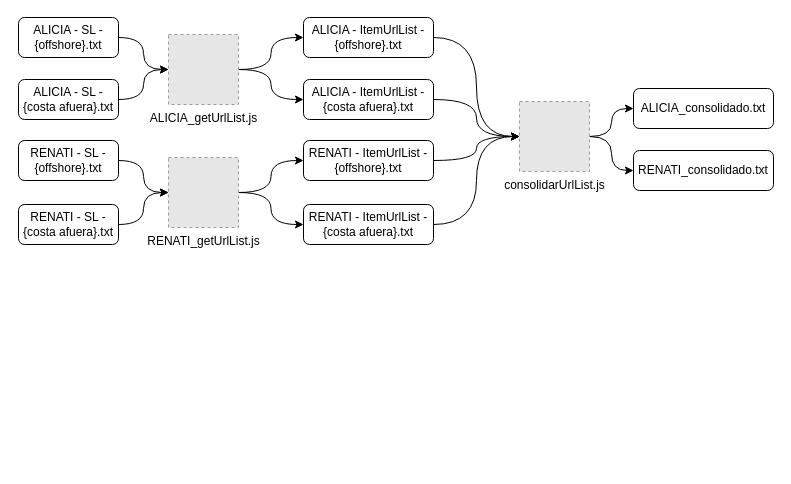
Earlier version of the draw.io diagram ScrapRepos/Diagrama_Scripts.drawio (dbarretol/Tesis_MBAESAN). Source tidied: cells renumbered, new cells numbered last; positions are measured from the earlier drawing's top-left corner, leaving out a move shared by most shapes. Both pictures are drawn from the tidied source at 100%, with x=0, y=0 at pixel (18, 17). Pictures stored in the file or linked from it are replaced by grey dashed boxes.
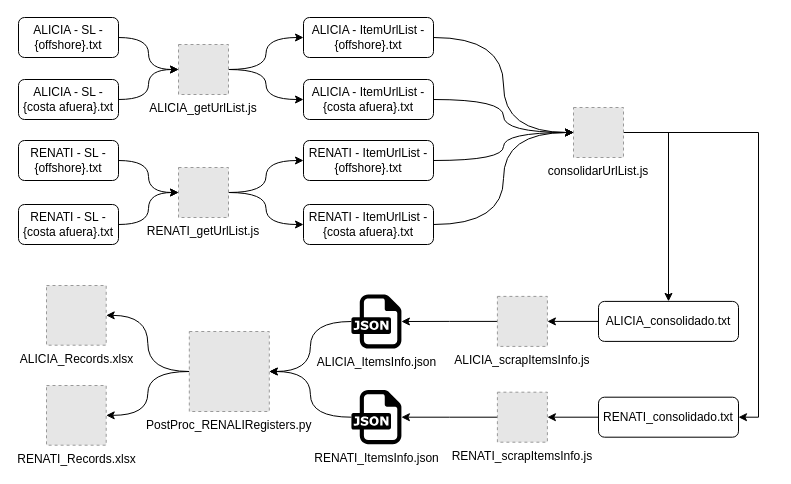
The same diagram, later.

The change refers to these unchanged cells:
```xml
<mxCell id="3" value="ALICIA - SL - {offshore}.txt" style="rounded=1;whiteSpace=wrap;html=1;" parent="1" vertex="1">
  <mxGeometry width="100" height="40" as="geometry" />
</mxCell>
<mxCell id="5" value="ALICIA - SL - {costa afuera}.txt" style="rounded=1;whiteSpace=wrap;html=1;" parent="1" vertex="1">
  <mxGeometry y="62" width="100" height="40" as="geometry" />
</mxCell>
<mxCell id="7" value="RENATI - SL - {offshore}.txt" style="rounded=1;whiteSpace=wrap;html=1;" parent="1" vertex="1">
  <mxGeometry y="123" width="100" height="40" as="geometry" />
</mxCell>
<mxCell id="17" value="ALICIA - ItemUrlList - {offshore}.txt" style="rounded=1;whiteSpace=wrap;html=1;" parent="1" vertex="1">
  <mxGeometry x="285" width="130" height="40" as="geometry" />
</mxCell>
<mxCell id="19" value="ALICIA - ItemUrlList - {costa afuera}.txt" style="rounded=1;whiteSpace=wrap;html=1;" parent="1" vertex="1">
  <mxGeometry x="285" y="62" width="130" height="40" as="geometry" />
</mxCell>
<mxCell id="21" value="RENATI - ItemUrlList&amp;nbsp;- {offshore}.txt" style="rounded=1;whiteSpace=wrap;html=1;" parent="1" vertex="1">
  <mxGeometry x="285" y="123" width="130" height="40" as="geometry" />
</mxCell>
<mxCell id="23" value="RENATI - ItemUrlList&amp;nbsp;- {costa afuera}.txt" style="rounded=1;whiteSpace=wrap;html=1;" parent="1" vertex="1">
  <mxGeometry x="285" y="187" width="130" height="40" as="geometry" />
</mxCell>
```

Diff of the diagram source:
```diff
@@
-    <mxCell id="2" style="edgeStyle=orthogonalEdgeStyle;curved=1;rounded=0;jettySize=auto;html=1;exitX=1;exitY=0.5;exitDx=0;exitDy=0;entryX=0;entryY=0.5;entryDx=0;entryDy=0;" parent="1" edge="1" source="3" target="12">
+    <mxCell id="2" style="edgeStyle=orthogonalEdgeStyle;curved=1;rounded=0;jettySize=auto;html=1;entryX=0;entryY=0.5;entryDx=0;entryDy=0;" parent="1" edge="1" source="3" target="12">
       <mxGeometry relative="1" as="geometry" />
     </mxCell>
@@
-    <mxCell id="4" style="edgeStyle=orthogonalEdgeStyle;curved=1;rounded=0;jettySize=auto;html=1;exitX=1;exitY=0.5;exitDx=0;exitDy=0;entryX=0;entryY=0.5;entryDx=0;entryDy=0;" parent="1" edge="1" source="5" target="12">
+    <mxCell id="4" style="edgeStyle=orthogonalEdgeStyle;curved=1;rounded=0;jettySize=auto;html=1;entryX=0;entryY=0.5;entryDx=0;entryDy=0;" parent="1" edge="1" source="5" target="12">
       <mxGeometry relative="1" as="geometry" />
     </mxCell>
@@
-    <mxCell id="6" style="edgeStyle=orthogonalEdgeStyle;curved=1;rounded=0;jettySize=auto;html=1;exitX=1;exitY=0.5;exitDx=0;exitDy=0;" parent="1" edge="1" source="7" target="15">
+    <mxCell id="6" style="edgeStyle=orthogonalEdgeStyle;curved=1;rounded=0;jettySize=auto;html=1;exitX=1;exitY=0.5;exitDx=0;exitDy=0;entryX=0;entryY=0.5;entryDx=0;entryDy=0;" parent="1" edge="1" source="7" target="15">
       <mxGeometry relative="1" as="geometry" />
     </mxCell>
@@
-    <mxCell id="10" style="edgeStyle=orthogonalEdgeStyle;curved=1;rounded=0;jettySize=auto;html=1;entryX=0;entryY=0.5;entryDx=0;entryDy=0;exitX=1;exitY=0.5;exitDx=0;exitDy=0;" parent="1" edge="1" source="12" target="17">
-      <mxGeometry relative="1" as="geometry" />
-    </mxCell>
-    <mxCell id="11" style="edgeStyle=orthogonalEdgeStyle;curved=1;rounded=0;jettySize=auto;html=1;exitX=1;exitY=0.5;exitDx=0;exitDy=0;entryX=0;entryY=0.5;entryDx=0;entryDy=0;" parent="1" edge="1" source="12" target="19">
-      <mxGeometry relative="1" as="geometry" />
-    </mxCell>
-    <mxCell id="12" value="ALICIA_getUrlList.js" style="fillColor=#E6E6E6;strokeColor=#999999;dashed=1;html=1;verticalAlign=top;verticalLabelPosition=bottom;labelBackgroundColor=#ffffff;" parent="1" vertex="1">
-      <mxGeometry x="150" y="17" width="70" height="70" as="geometry" />
-    </mxCell>
-    <mxCell id="13" style="edgeStyle=orthogonalEdgeStyle;curved=1;rounded=0;jettySize=auto;html=1;exitX=1;exitY=0.5;exitDx=0;exitDy=0;entryX=0;entryY=0.5;entryDx=0;entryDy=0;" parent="1" edge="1" source="15" target="21">
-      <mxGeometry relative="1" as="geometry" />
-    </mxCell>
-    <mxCell id="14" style="edgeStyle=orthogonalEdgeStyle;curved=1;rounded=0;jettySize=auto;html=1;exitX=1;exitY=0.5;exitDx=0;exitDy=0;entryX=0;entryY=0.5;entryDx=0;entryDy=0;" parent="1" edge="1" source="15" target="23">
-      <mxGeometry relative="1" as="geometry" />
-    </mxCell>
-    <mxCell id="15" value="RENATI_getUrlList.js" style="fillColor=#E6E6E6;strokeColor=#999999;dashed=1;html=1;verticalAlign=top;verticalLabelPosition=bottom;labelBackgroundColor=#ffffff;" parent="1" vertex="1">
-      <mxGeometry x="150" y="140" width="70" height="70" as="geometry" />
-    </mxCell>
-    <mxCell id="16" style="edgeStyle=orthogonalEdgeStyle;curved=1;rounded=0;jettySize=auto;html=1;exitX=1;exitY=0.5;exitDx=0;exitDy=0;entryX=0;entryY=0.5;entryDx=0;entryDy=0;" parent="1" edge="1" source="17" target="26">
+    <mxCell id="16" style="edgeStyle=orthogonalEdgeStyle;curved=1;rounded=0;jettySize=auto;html=1;entryX=0;entryY=0.5;entryDx=0;entryDy=0;" parent="1" edge="1" source="17" target="26">
       <mxGeometry relative="1" as="geometry" />
     </mxCell>
@@
-    <mxCell id="18" style="edgeStyle=orthogonalEdgeStyle;curved=1;rounded=0;jettySize=auto;html=1;exitX=1;exitY=0.5;exitDx=0;exitDy=0;entryX=0;entryY=0.5;entryDx=0;entryDy=0;" parent="1" edge="1" source="19" target="26">
+    <mxCell id="18" style="edgeStyle=orthogonalEdgeStyle;curved=1;rounded=0;jettySize=auto;html=1;entryX=0;entryY=0.5;entryDx=0;entryDy=0;" parent="1" edge="1" source="19" target="26">
       <mxGeometry relative="1" as="geometry" />
     </mxCell>
@@
-    <mxCell id="20" style="edgeStyle=orthogonalEdgeStyle;curved=1;rounded=0;jettySize=auto;html=1;exitX=1;exitY=0.5;exitDx=0;exitDy=0;entryX=0;entryY=0.5;entryDx=0;entryDy=0;" parent="1" edge="1" source="21" target="26">
+    <mxCell id="20" style="edgeStyle=orthogonalEdgeStyle;curved=1;rounded=0;jettySize=auto;html=1;entryX=0;entryY=0.5;entryDx=0;entryDy=0;" parent="1" edge="1" source="21" target="26">
       <mxGeometry relative="1" as="geometry" />
     </mxCell>
@@
-    <mxCell id="22" style="edgeStyle=orthogonalEdgeStyle;curved=1;rounded=0;jettySize=auto;html=1;exitX=1;exitY=0.5;exitDx=0;exitDy=0;entryX=0;entryY=0.5;entryDx=0;entryDy=0;" parent="1" edge="1" source="23" target="26">
+    <mxCell id="22" style="edgeStyle=orthogonalEdgeStyle;curved=1;rounded=0;jettySize=auto;html=1;entryX=0;entryY=0.5;entryDx=0;entryDy=0;" parent="1" edge="1" source="23" target="26">
       <mxGeometry relative="1" as="geometry" />
     </mxCell>
@@
+    <mxCell id="29" style="edgeStyle=orthogonalEdgeStyle;rounded=0;jettySize=auto;html=1;entryX=1;entryY=0.5;entryDx=0;entryDy=0;" parent="1" edge="1" source="27" target="32">
+      <mxGeometry relative="1" as="geometry" />
+    </mxCell>
+    <mxCell id="27" value="ALICIA_consolidado.txt" style="rounded=1;whiteSpace=wrap;html=1;" parent="1" vertex="1">
+      <mxGeometry x="580" y="283.9" width="140" height="40" as="geometry" />
+    </mxCell>
+    <mxCell id="30" style="edgeStyle=orthogonalEdgeStyle;rounded=0;jettySize=auto;html=1;exitX=0;exitY=0.5;exitDx=0;exitDy=0;entryX=1;entryY=0.5;entryDx=0;entryDy=0;" parent="1" edge="1" source="28" target="34">
+      <mxGeometry relative="1" as="geometry" />
+    </mxCell>
+    <mxCell id="28" value="RENATI_consolidado.txt" style="rounded=1;whiteSpace=wrap;html=1;" parent="1" vertex="1">
+      <mxGeometry x="580" y="379.7" width="140" height="40" as="geometry" />
+    </mxCell>
+    <mxCell id="31" style="edgeStyle=orthogonalEdgeStyle;rounded=0;jettySize=auto;html=1;exitX=0;exitY=0.5;exitDx=0;exitDy=0;" parent="1" edge="1" source="32" target="36">
+      <mxGeometry relative="1" as="geometry" />
+    </mxCell>
+    <mxCell id="32" value="ALICIA_scrapItemsInfo.js" style="fillColor=#E6E6E6;strokeColor=#999999;dashed=1;verticalLabelPosition=bottom;labelBackgroundColor=default;verticalAlign=top;" parent="1" vertex="1">
+      <mxGeometry x="478.9" y="278.9" width="50" height="50" as="geometry" />
+    </mxCell>
+    <mxCell id="33" style="edgeStyle=orthogonalEdgeStyle;rounded=0;jettySize=auto;html=1;exitX=0;exitY=0.5;exitDx=0;exitDy=0;" parent="1" edge="1" source="34" target="38">
+      <mxGeometry relative="1" as="geometry" />
+    </mxCell>
+    <mxCell id="34" value="RENATI_scrapItemsInfo.js" style="fillColor=#E6E6E6;strokeColor=#999999;dashed=1;verticalLabelPosition=bottom;labelBackgroundColor=default;verticalAlign=top;" parent="1" vertex="1">
+      <mxGeometry x="478.9" y="374.7" width="50" height="50" as="geometry" />
+    </mxCell>
+    <mxCell id="35" style="edgeStyle=orthogonalEdgeStyle;curved=1;rounded=0;jettySize=auto;html=1;" parent="1" edge="1" source="36" target="41">
+      <mxGeometry relative="1" as="geometry" />
+    </mxCell>
+    <mxCell id="36" value="ALICIA_ItemsInfo.json" style="dashed=0;outlineConnect=0;html=1;align=center;labelPosition=center;verticalLabelPosition=bottom;verticalAlign=top;shape=mxgraph.weblogos.json;" parent="1" vertex="1">
+      <mxGeometry x="332.9" y="276.9" width="50" height="54.1" as="geometry" />
+    </mxCell>
+    <mxCell id="37" style="edgeStyle=orthogonalEdgeStyle;curved=1;rounded=0;jettySize=auto;html=1;entryX=1;entryY=0.5;entryDx=0;entryDy=0;" parent="1" edge="1" source="38" target="41">
+      <mxGeometry relative="1" as="geometry" />
+    </mxCell>
+    <mxCell id="38" value="RENATI_ItemsInfo.json" style="dashed=0;outlineConnect=0;html=1;align=center;labelPosition=center;verticalLabelPosition=bottom;verticalAlign=top;shape=mxgraph.weblogos.json;" parent="1" vertex="1">
+      <mxGeometry x="332.9" y="372.6" width="50" height="54.1" as="geometry" />
+    </mxCell>
+    <mxCell id="39" style="edgeStyle=orthogonalEdgeStyle;curved=1;rounded=0;jettySize=auto;html=1;exitX=0;exitY=0.5;exitDx=0;exitDy=0;entryX=1;entryY=0.5;entryDx=0;entryDy=0;" parent="1" edge="1" source="41" target="42">
+      <mxGeometry relative="1" as="geometry" />
+    </mxCell>
+    <mxCell id="40" style="edgeStyle=orthogonalEdgeStyle;curved=1;rounded=0;jettySize=auto;html=1;entryX=1;entryY=0.5;entryDx=0;entryDy=0;" parent="1" edge="1" source="41" target="43">
+      <mxGeometry relative="1" as="geometry" />
+    </mxCell>
+    <mxCell id="41" value="PostProc_RENALIRegisters.py" style="fillColor=#E6E6E6;strokeColor=#999999;dashed=1;verticalLabelPosition=bottom;labelBackgroundColor=default;verticalAlign=top;" parent="1" vertex="1">
+      <mxGeometry x="170.8" y="314" width="80" height="80" as="geometry" />
+    </mxCell>
+    <mxCell id="42" value="ALICIA_Records.xlsx" style="fillColor=#E6E6E6;strokeColor=#999999;dashed=1;html=1;verticalAlign=top;verticalLabelPosition=bottom;labelBackgroundColor=#ffffff;" parent="1" vertex="1">
+      <mxGeometry x="28" y="268" width="59.7" height="59.7" as="geometry" />
+    </mxCell>
+    <mxCell id="43" value="RENATI_Records.xlsx" style="fillColor=#E6E6E6;strokeColor=#999999;dashed=1;html=1;verticalAlign=top;verticalLabelPosition=bottom;labelBackgroundColor=#ffffff;" parent="1" vertex="1">
+      <mxGeometry x="28" y="368" width="59.7" height="59.7" as="geometry" />
+    </mxCell>
+    <mxCell id="10" style="edgeStyle=orthogonalEdgeStyle;curved=1;rounded=0;jettySize=auto;html=1;exitX=1;exitY=0.5;exitDx=0;exitDy=0;entryX=0;entryY=0.5;entryDx=0;entryDy=0;" parent="1" edge="1" source="12" target="17">
+      <mxGeometry relative="1" as="geometry" />
+    </mxCell>
+    <mxCell id="11" style="edgeStyle=orthogonalEdgeStyle;curved=1;rounded=0;jettySize=auto;html=1;entryX=0;entryY=0.5;entryDx=0;entryDy=0;" parent="1" edge="1" source="12" target="19">
+      <mxGeometry relative="1" as="geometry" />
+    </mxCell>
+    <mxCell id="12" value="ALICIA_getUrlList.js" style="fillColor=#E6E6E6;strokeColor=#999999;dashed=1;verticalLabelPosition=bottom;labelBackgroundColor=default;verticalAlign=top;" parent="1" vertex="1">
+      <mxGeometry x="160" y="27" width="50" height="50" as="geometry" />
+    </mxCell>
+    <mxCell id="13" style="edgeStyle=orthogonalEdgeStyle;curved=1;rounded=0;jettySize=auto;html=1;exitX=1;exitY=0.5;exitDx=0;exitDy=0;" parent="1" edge="1" source="15" target="21">
+      <mxGeometry relative="1" as="geometry" />
+    </mxCell>
+    <mxCell id="14" style="edgeStyle=orthogonalEdgeStyle;curved=1;rounded=0;jettySize=auto;html=1;entryX=0;entryY=0.5;entryDx=0;entryDy=0;" parent="1" edge="1" source="15" target="23">
+      <mxGeometry relative="1" as="geometry" />
+    </mxCell>
+    <mxCell id="15" value="RENATI_getUrlList.js" style="fillColor=#E6E6E6;strokeColor=#999999;dashed=1;verticalLabelPosition=bottom;labelBackgroundColor=default;verticalAlign=top;" parent="1" vertex="1">
+      <mxGeometry x="160" y="150" width="50" height="50" as="geometry" />
+    </mxCell>
-    <mxCell id="24" style="edgeStyle=orthogonalEdgeStyle;curved=1;rounded=0;jettySize=auto;html=1;exitX=1;exitY=0.5;exitDx=0;exitDy=0;entryX=0;entryY=0.5;entryDx=0;entryDy=0;" parent="1" edge="1" source="26" target="27">
+    <mxCell id="24" style="edgeStyle=orthogonalEdgeStyle;rounded=0;jettySize=auto;html=1;exitX=1;exitY=0.5;exitDx=0;exitDy=0;entryX=0.5;entryY=0;entryDx=0;entryDy=0;" parent="1" edge="1" source="26" target="27">
       <mxGeometry relative="1" as="geometry" />
     </mxCell>
-    <mxCell id="25" style="edgeStyle=orthogonalEdgeStyle;curved=1;rounded=0;jettySize=auto;html=1;entryX=0;entryY=0.5;entryDx=0;entryDy=0;" parent="1" edge="1" source="26" target="28">
-      <mxGeometry relative="1" as="geometry" />
+    <mxCell id="25" style="edgeStyle=orthogonalEdgeStyle;rounded=0;jettySize=auto;html=1;entryX=1;entryY=0.5;entryDx=0;entryDy=0;" parent="1" edge="1" source="26" target="28">
+      <mxGeometry relative="1" as="geometry">
+        <Array as="points">
+          <mxPoint x="740" y="115" />
+          <mxPoint x="740" y="400" />
+        </Array>
+      </mxGeometry>
     </mxCell>
-    <mxCell id="26" value="consolidarUrlList.js" style="fillColor=#E6E6E6;strokeColor=#999999;dashed=1;html=1;verticalAlign=top;verticalLabelPosition=bottom;labelBackgroundColor=#ffffff;" parent="1" vertex="1">
-      <mxGeometry x="501" y="84" width="70" height="70" as="geometry" />
+    <mxCell id="26" value="consolidarUrlList.js" style="fillColor=#E6E6E6;strokeColor=#999999;dashed=1;verticalLabelPosition=bottom;labelBackgroundColor=default;verticalAlign=top;" parent="1" vertex="1">
+      <mxGeometry x="555" y="90" width="50" height="50" as="geometry" />
     </mxCell>
-    <mxCell id="27" value="ALICIA_consolidado.txt" style="rounded=1;whiteSpace=wrap;html=1;" parent="1" vertex="1">
-      <mxGeometry x="615" y="71" width="140" height="40" as="geometry" />
-    </mxCell>
-    <mxCell id="28" value="RENATI_consolidado.txt" style="rounded=1;whiteSpace=wrap;html=1;" parent="1" vertex="1">
-      <mxGeometry x="615" y="133" width="140" height="40" as="geometry" />
-    </mxCell>
```
